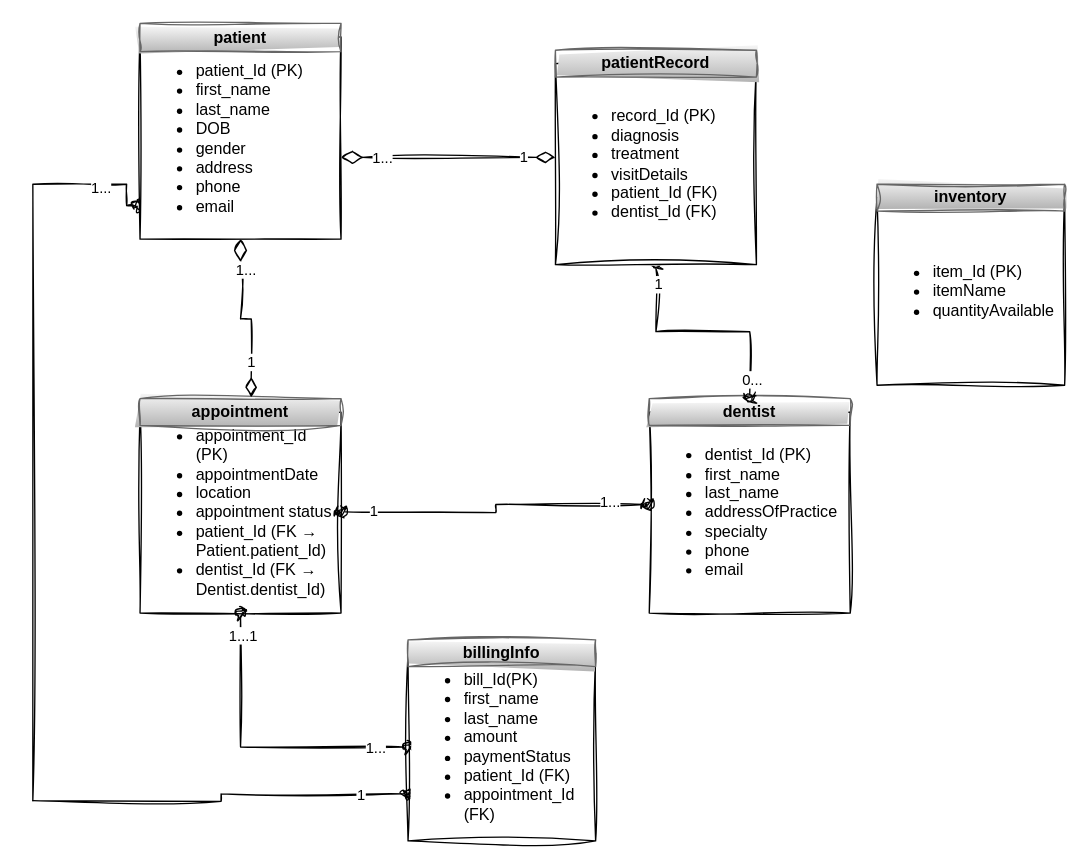
Above: UML Diagram.drawio in restjohnson/Database-Project-1 (draw.io), before the change. Source tidied: cells renumbered, new cells numbered last; positions are measured from the earlier drawing's top-left corner, leaving out a move shared by most shapes. Both pictures are drawn from the tidied source at 134%, with x=0, y=0 at pixel (32, 23).
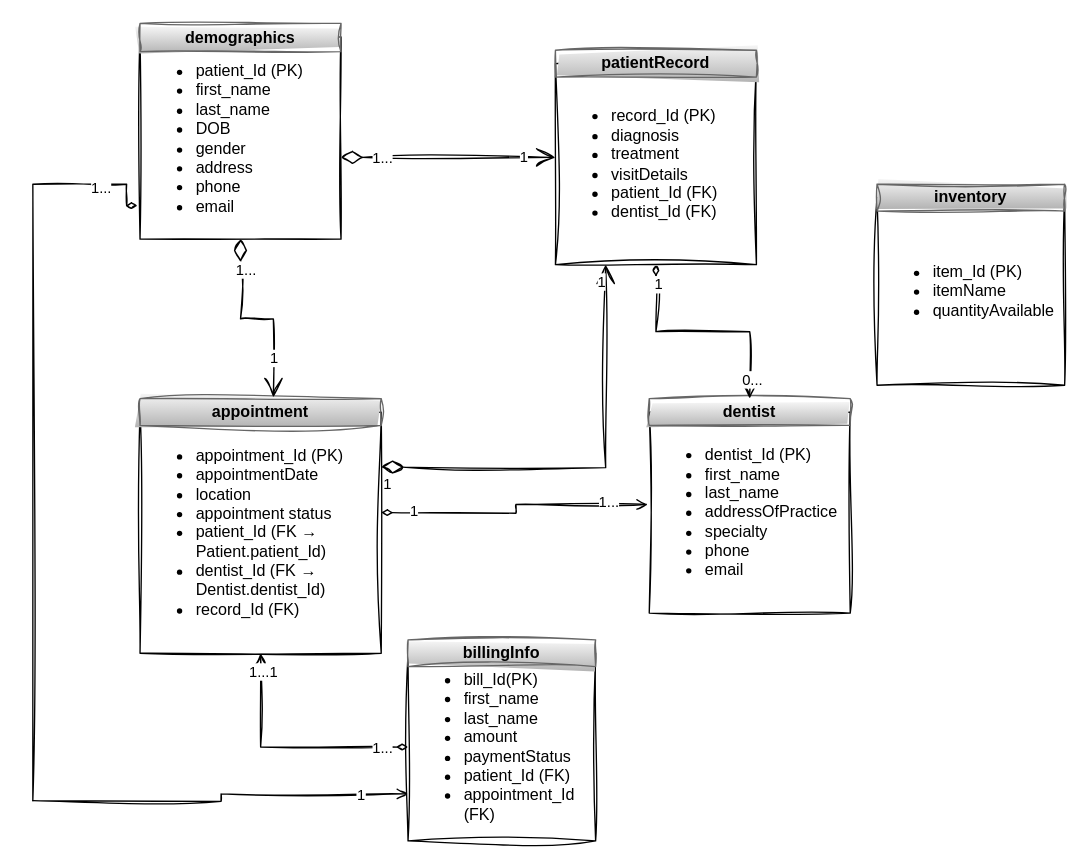
The same page after the edit.

Unchanged cells that the change refers to:
```xml
<mxCell id="4" value="&lt;ul&gt;&lt;li&gt;patient_Id (PK)&lt;/li&gt;&lt;li&gt;first_name&lt;/li&gt;&lt;li&gt;last_name&lt;/li&gt;&lt;li&gt;DOB&lt;/li&gt;&lt;li&gt;gender&lt;/li&gt;&lt;li&gt;address&lt;/li&gt;&lt;li&gt;phone&lt;/li&gt;&lt;li&gt;email&lt;/li&gt;&lt;/ul&gt;" style="whiteSpace=wrap;html=1;align=left;rounded=0;sketch=1;curveFitting=1;jiggle=2;" parent="1" vertex="1">
  <mxGeometry x="80" y="10" width="150" height="151" as="geometry" />
</mxCell>
<mxCell id="6" value="&lt;ul&gt;&lt;li&gt;dentist_Id (PK)&lt;/li&gt;&lt;li&gt;first_name&lt;/li&gt;&lt;li&gt;last_name&lt;/li&gt;&lt;li&gt;addressOfPractice&lt;/li&gt;&lt;li&gt;specialty&lt;/li&gt;&lt;li&gt;phone&lt;/li&gt;&lt;li&gt;email&lt;/li&gt;&lt;/ul&gt;" style="whiteSpace=wrap;html=1;align=left;rounded=0;sketch=1;curveFitting=1;jiggle=2;" parent="1" vertex="1">
  <mxGeometry x="460" y="290" width="150" height="150" as="geometry" />
</mxCell>
<mxCell id="7" value="&lt;b&gt;dentist&lt;/b&gt;" style="rounded=0;whiteSpace=wrap;html=1;fillColor=#f5f5f5;gradientColor=#b3b3b3;strokeColor=#666666;sketch=1;curveFitting=1;jiggle=2;" parent="1" vertex="1">
  <mxGeometry x="460" y="280" width="150" height="20" as="geometry" />
</mxCell>
<mxCell id="13" value="&lt;ul&gt;&lt;li&gt;&lt;span style=&quot;background-color: transparent; color: light-dark(rgb(0, 0, 0), rgb(255, 255, 255));&quot;&gt;record_Id&lt;/span&gt;&lt;span style=&quot;background-color: transparent; color: light-dark(rgb(0, 0, 0), rgb(255, 255, 255));&quot;&gt; (PK)&lt;/span&gt;&lt;/li&gt;&lt;li&gt;&lt;span style=&quot;background-color: transparent; color: light-dark(rgb(0, 0, 0), rgb(255, 255, 255));&quot;&gt;diagnosis&lt;/span&gt;&lt;/li&gt;&lt;li&gt;&lt;span style=&quot;background-color: transparent; color: light-dark(rgb(0, 0, 0), rgb(255, 255, 255));&quot;&gt;treatment&lt;/span&gt;&lt;/li&gt;&lt;li&gt;&lt;span style=&quot;background-color: transparent; color: light-dark(rgb(0, 0, 0), rgb(255, 255, 255));&quot;&gt;visitDetails&lt;/span&gt;&lt;/li&gt;&lt;li&gt;&lt;span style=&quot;background-color: transparent; color: light-dark(rgb(0, 0, 0), rgb(255, 255, 255));&quot;&gt;patient_Id (FK)&lt;/span&gt;&lt;/li&gt;&lt;li&gt;&lt;span style=&quot;background-color: transparent; color: light-dark(rgb(0, 0, 0), rgb(255, 255, 255));&quot;&gt;dentist_Id (FK)&lt;/span&gt;&lt;/li&gt;&lt;/ul&gt;" style="whiteSpace=wrap;html=1;align=left;rounded=0;sketch=1;curveFitting=1;jiggle=2;" parent="1" vertex="1">
  <mxGeometry x="390" y="30" width="150" height="150" as="geometry" />
</mxCell>
<mxCell id="22" value="&lt;ul&gt;&lt;li&gt;bill_Id(PK)&lt;/li&gt;&lt;li&gt;first_name&lt;/li&gt;&lt;li&gt;last_name&lt;/li&gt;&lt;li&gt;&lt;span style=&quot;background-color: transparent; color: light-dark(rgb(0, 0, 0), rgb(255, 255, 255));&quot;&gt;amount&lt;/span&gt;&lt;/li&gt;&lt;li&gt;&lt;span style=&quot;background-color: transparent; color: light-dark(rgb(0, 0, 0), rgb(255, 255, 255));&quot;&gt;paymentStatus&amp;nbsp;&lt;/span&gt;&lt;/li&gt;&lt;li&gt;&lt;span style=&quot;background-color: transparent; color: light-dark(rgb(0, 0, 0), rgb(255, 255, 255));&quot;&gt;patient_Id (FK)&lt;/span&gt;&lt;/li&gt;&lt;li&gt;&lt;span style=&quot;background-color: transparent; color: light-dark(rgb(0, 0, 0), rgb(255, 255, 255));&quot;&gt;appointment_Id (FK)&lt;/span&gt;&lt;/li&gt;&lt;/ul&gt;" style="whiteSpace=wrap;html=1;align=left;rounded=0;sketch=1;curveFitting=1;jiggle=2;" parent="1" vertex="1">
  <mxGeometry x="280" y="470" width="140" height="140" as="geometry" />
</mxCell>
```

What changed in the source:
```diff
@@
-    <mxCell id="2" style="edgeStyle=orthogonalEdgeStyle;rounded=0;jettySize=auto;html=1;exitX=-0.013;exitY=0.834;exitDx=0;exitDy=0;endArrow=none;startFill=0;startArrow=oval;exitPerimeter=0;sketch=1;curveFitting=1;jiggle=2;" parent="1" edge="1" source="4">
+    <mxCell id="2" style="edgeStyle=orthogonalEdgeStyle;rounded=0;jettySize=auto;html=1;exitX=-0.013;exitY=0.834;exitDx=0;exitDy=0;endArrow=none;startFill=0;startArrow=diamondThin;exitPerimeter=0;sketch=1;curveFitting=1;jiggle=2;endFill=0;" parent="1" edge="1" source="4">
       <mxGeometry relative="1" as="geometry">
         <mxPoint y="580" as="targetPoint" />
         <Array as="points">
           <mxPoint x="70" y="136" />
           <mxPoint x="70" y="120" />
           <mxPoint y="120" />
         </Array>
       </mxGeometry>
     </mxCell>
@@
-    <mxCell id="5" value="&lt;b&gt;patient&lt;/b&gt;" style="rounded=0;whiteSpace=wrap;html=1;fillColor=#f5f5f5;strokeColor=#666666;gradientColor=#b3b3b3;sketch=1;curveFitting=1;jiggle=2;" parent="1" vertex="1">
+    <mxCell id="5" value="&lt;b&gt;demographics&lt;/b&gt;" style="rounded=0;whiteSpace=wrap;html=1;fillColor=#f5f5f5;strokeColor=#666666;gradientColor=#b3b3b3;sketch=1;curveFitting=1;jiggle=2;" parent="1" vertex="1">
       <mxGeometry x="80" width="150" height="21" as="geometry" />
     </mxCell>
@@
-    <mxCell id="8" value="&lt;ul&gt;&lt;li&gt;&lt;span style=&quot;background-color: transparent; color: light-dark(rgb(0, 0, 0), rgb(255, 255, 255));&quot;&gt;appointment_Id&lt;/span&gt;&lt;span style=&quot;background-color: transparent; color: light-dark(rgb(0, 0, 0), rgb(255, 255, 255));&quot;&gt; (PK)&lt;/span&gt;&lt;/li&gt;&lt;li&gt;&lt;span style=&quot;background-color: transparent; color: light-dark(rgb(0, 0, 0), rgb(255, 255, 255));&quot;&gt;appointmentDate&lt;/span&gt;&lt;/li&gt;&lt;li&gt;&lt;span style=&quot;background-color: transparent; color: light-dark(rgb(0, 0, 0), rgb(255, 255, 255));&quot;&gt;location&lt;/span&gt;&lt;/li&gt;&lt;li&gt;&lt;span style=&quot;background-color: transparent; color: light-dark(rgb(0, 0, 0), rgb(255, 255, 255));&quot;&gt;appointment status&lt;/span&gt;&lt;/li&gt;&lt;li&gt;&lt;span style=&quot;background-color: transparent; color: light-dark(rgb(0, 0, 0), rgb(255, 255, 255));&quot;&gt;patient_Id (FK → Patient.patient_Id)&lt;/span&gt;&lt;/li&gt;&lt;li&gt;&lt;span style=&quot;background-color: transparent; color: light-dark(rgb(0, 0, 0), rgb(255, 255, 255));&quot;&gt;dentist_Id (FK → Dentist.dentist_Id)&lt;/span&gt;&lt;/li&gt;&lt;/ul&gt;" style="whiteSpace=wrap;html=1;align=left;rounded=0;sketch=1;curveFitting=1;jiggle=2;" parent="1" vertex="1">
-      <mxGeometry x="80" y="290" width="150" height="150" as="geometry" />
+    <mxCell id="8" value="&lt;ul&gt;&lt;li&gt;&lt;span style=&quot;background-color: transparent; color: light-dark(rgb(0, 0, 0), rgb(255, 255, 255));&quot;&gt;appointment_Id&lt;/span&gt;&lt;span style=&quot;background-color: transparent; color: light-dark(rgb(0, 0, 0), rgb(255, 255, 255));&quot;&gt; (PK)&lt;/span&gt;&lt;/li&gt;&lt;li&gt;&lt;span style=&quot;background-color: transparent; color: light-dark(rgb(0, 0, 0), rgb(255, 255, 255));&quot;&gt;appointmentDate&lt;/span&gt;&lt;/li&gt;&lt;li&gt;&lt;span style=&quot;background-color: transparent; color: light-dark(rgb(0, 0, 0), rgb(255, 255, 255));&quot;&gt;location&lt;/span&gt;&lt;/li&gt;&lt;li&gt;&lt;span style=&quot;background-color: transparent; color: light-dark(rgb(0, 0, 0), rgb(255, 255, 255));&quot;&gt;appointment status&lt;/span&gt;&lt;/li&gt;&lt;li&gt;&lt;span style=&quot;background-color: transparent; color: light-dark(rgb(0, 0, 0), rgb(255, 255, 255));&quot;&gt;patient_Id (FK → Patient.patient_Id)&lt;/span&gt;&lt;/li&gt;&lt;li&gt;&lt;span style=&quot;background-color: transparent; color: light-dark(rgb(0, 0, 0), rgb(255, 255, 255));&quot;&gt;dentist_Id (FK → Dentist.dentist_Id)&lt;/span&gt;&lt;/li&gt;&lt;li&gt;&lt;span style=&quot;background-color: transparent; color: light-dark(rgb(0, 0, 0), rgb(255, 255, 255));&quot;&gt;record_Id (FK)&lt;/span&gt;&lt;/li&gt;&lt;/ul&gt;" style="whiteSpace=wrap;html=1;align=left;rounded=0;sketch=1;curveFitting=1;jiggle=2;" parent="1" vertex="1">
+      <mxGeometry x="80" y="290" width="180" height="180" as="geometry" />
     </mxCell>
     <mxCell id="9" value="&lt;b&gt;appointment&lt;/b&gt;" style="rounded=0;whiteSpace=wrap;html=1;fillColor=#f5f5f5;gradientColor=#b3b3b3;strokeColor=#666666;sketch=1;curveFitting=1;jiggle=2;" parent="1" vertex="1">
-      <mxGeometry x="80" y="280" width="150" height="20" as="geometry" />
+      <mxGeometry x="80" y="280" width="180" height="20" as="geometry" />
     </mxCell>
-    <mxCell id="10" style="edgeStyle=orthogonalEdgeStyle;rounded=0;jettySize=auto;html=1;exitX=0.5;exitY=1;exitDx=0;exitDy=0;entryX=0.5;entryY=0;entryDx=0;entryDy=0;endArrow=oval;endFill=0;startArrow=oval;startFill=0;sketch=1;curveFitting=1;jiggle=2;" parent="1" edge="1" source="13" target="7">
+    <mxCell id="10" style="edgeStyle=orthogonalEdgeStyle;rounded=0;jettySize=auto;html=1;exitX=0.5;exitY=1;exitDx=0;exitDy=0;entryX=0.5;entryY=0;entryDx=0;entryDy=0;endArrow=open;endFill=0;startArrow=diamondThin;startFill=0;sketch=1;curveFitting=1;jiggle=2;" parent="1" edge="1" source="13" target="7">
       <mxGeometry relative="1" as="geometry" />
     </mxCell>
@@
-    <mxCell id="17" style="edgeStyle=orthogonalEdgeStyle;rounded=0;jettySize=auto;html=1;exitX=0;exitY=0.5;exitDx=0;exitDy=0;entryX=0.5;entryY=1;entryDx=0;entryDy=0;startArrow=oval;startFill=0;endArrow=oval;endFill=0;sketch=1;curveFitting=1;jiggle=2;" parent="1" edge="1" source="22" target="8">
-      <mxGeometry relative="1" as="geometry" />
+    <mxCell id="17" style="edgeStyle=orthogonalEdgeStyle;rounded=0;jettySize=auto;html=1;exitX=0;exitY=0.5;exitDx=0;exitDy=0;entryX=0.5;entryY=1;entryDx=0;entryDy=0;startArrow=diamondThin;startFill=0;endArrow=open;endFill=0;sketch=1;curveFitting=1;jiggle=2;" parent="1" edge="1" source="22" target="8">
+      <mxGeometry relative="1" as="geometry">
+        <Array as="points">
+          <mxPoint x="170" y="540" />
+        </Array>
+      </mxGeometry>
     </mxCell>
@@
-    <mxCell id="20" style="edgeStyle=orthogonalEdgeStyle;rounded=0;jettySize=auto;html=1;exitX=0;exitY=0.75;exitDx=0;exitDy=0;endArrow=none;startFill=0;startArrow=oval;sketch=1;curveFitting=1;jiggle=2;" parent="1" edge="1" source="22">
+    <mxCell id="20" style="edgeStyle=orthogonalEdgeStyle;rounded=0;jettySize=auto;html=1;endArrow=none;startFill=0;startArrow=open;sketch=1;curveFitting=1;jiggle=2;exitX=0;exitY=0.75;exitDx=0;exitDy=0;" parent="1" edge="1" source="22">
       <mxGeometry relative="1" as="geometry">
         <mxPoint y="580" as="targetPoint" />
       </mxGeometry>
     </mxCell>
@@
-    <mxCell id="24" style="endArrow=diamondThin;html=1;endSize=12;startArrow=diamondThin;startSize=14;startFill=0;edgeStyle=orthogonalEdgeStyle;rounded=0;entryX=0.553;entryY=-0.05;entryDx=0;entryDy=0;entryPerimeter=0;exitX=0.5;exitY=1;exitDx=0;exitDy=0;endFill=0;sketch=1;curveFitting=1;jiggle=2;" parent="1" edge="1" source="4" target="9">
+    <mxCell id="24" style="endArrow=open;html=1;endSize=12;startArrow=diamondThin;startSize=14;startFill=0;edgeStyle=orthogonalEdgeStyle;rounded=0;entryX=0.553;entryY=-0.05;entryDx=0;entryDy=0;entryPerimeter=0;exitX=0.5;exitY=1;exitDx=0;exitDy=0;endFill=0;sketch=1;curveFitting=1;jiggle=2;" parent="1" edge="1" source="4" target="9">
       <mxGeometry relative="1" as="geometry" />
     </mxCell>
@@
-    <mxCell id="27" style="endArrow=oval;html=1;startArrow=oval;startFill=0;edgeStyle=orthogonalEdgeStyle;rounded=0;endFill=0;entryX=-0.007;entryY=0.46;entryDx=0;entryDy=0;entryPerimeter=0;sketch=1;curveFitting=1;jiggle=2;curved=0;" parent="1" edge="1" target="6">
+    <mxCell id="27" style="endArrow=open;html=1;startArrow=diamondThin;startFill=0;edgeStyle=orthogonalEdgeStyle;rounded=0;endFill=0;entryX=-0.007;entryY=0.46;entryDx=0;entryDy=0;entryPerimeter=0;sketch=1;curveFitting=1;jiggle=2;curved=0;" parent="1" edge="1" target="6">
       <mxGeometry relative="1" as="geometry">
-        <mxPoint x="230" y="364.5" as="sourcePoint" />
+        <mxPoint x="260" y="365" as="sourcePoint" />
       </mxGeometry>
     </mxCell>
@@
-    <mxCell id="30" style="endArrow=diamondThin;html=1;endSize=12;startArrow=diamondThin;startSize=14;startFill=0;edgeStyle=orthogonalEdgeStyle;rounded=0;endFill=0;sketch=1;curveFitting=1;jiggle=2;" parent="1" edge="1">
+    <mxCell id="30" style="endArrow=open;html=1;endSize=12;startArrow=diamondThin;startSize=14;startFill=0;edgeStyle=orthogonalEdgeStyle;rounded=0;endFill=0;sketch=1;curveFitting=1;jiggle=2;" parent="1" edge="1">
       <mxGeometry relative="1" as="geometry">
         <mxPoint x="230" y="100" as="sourcePoint" />
         <mxPoint x="390" y="100" as="targetPoint" />
       </mxGeometry>
     </mxCell>
@@
+    <mxCell id="33" style="endArrow=open;html=1;endSize=12;startArrow=diamondThin;startSize=14;startFill=0;edgeStyle=orthogonalEdgeStyle;rounded=0;entryX=0.25;entryY=1;entryDx=0;entryDy=0;sketch=1;curveFitting=1;jiggle=2;" parent="1" edge="1" target="13">
+      <mxGeometry relative="1" as="geometry">
+        <mxPoint x="260" y="331" as="sourcePoint" />
+      </mxGeometry>
+    </mxCell>
+    <mxCell id="34" value="1" style="edgeLabel;html=1;align=left;verticalAlign=top;" parent="33" vertex="1">
+      <mxGeometry x="-1" relative="1" as="geometry" />
+    </mxCell>
+    <mxCell id="35" value="1" style="edgeLabel;html=1;align=right;verticalAlign=top;" parent="33" vertex="1">
+      <mxGeometry x="1" relative="1" as="geometry" />
+    </mxCell>
```
